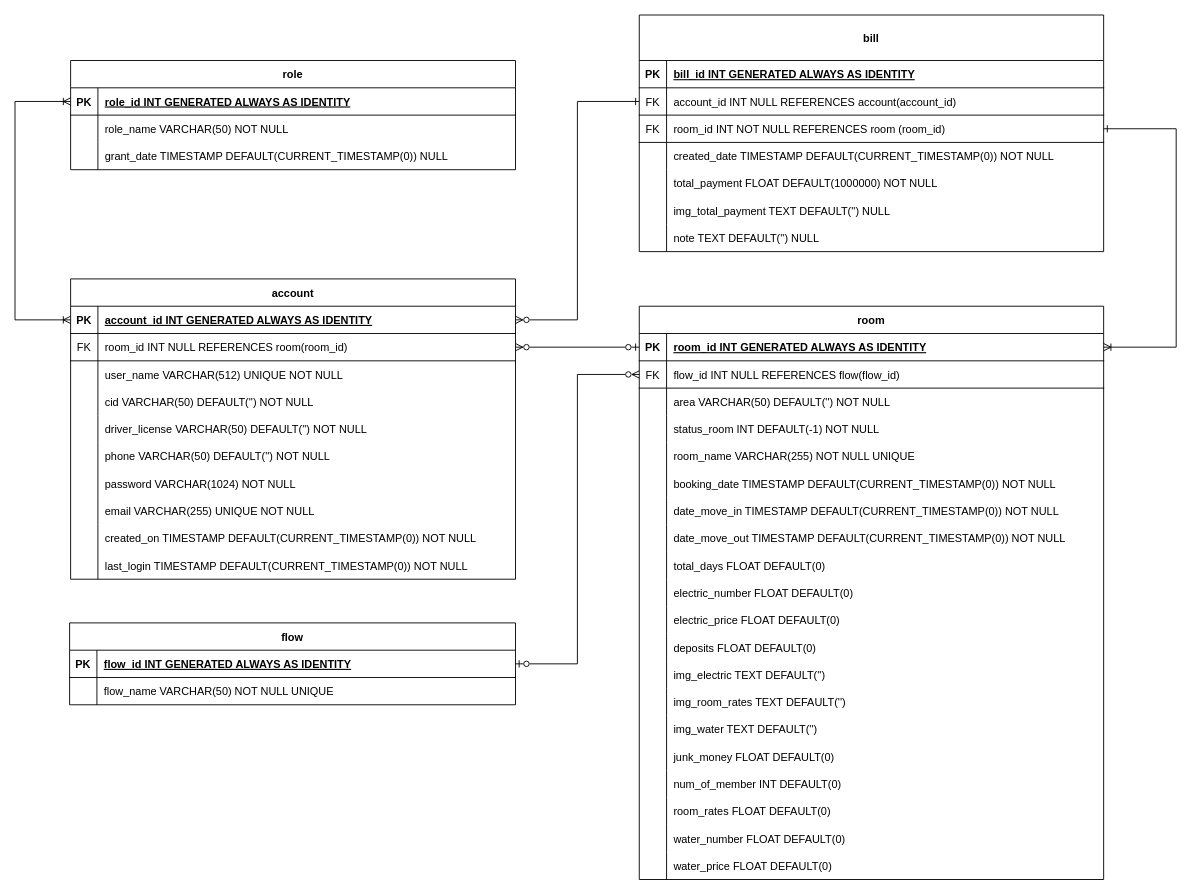
This is page "databases" (1 of 2) of architecture-overview/motel.drawio from hp210693/motel, a draw.io file, before an edit. Source tidied: cells renumbered, new cells numbered last; positions are measured from the earlier drawing's top-left corner, leaving out a move shared by most shapes. Both pictures are drawn from the tidied source at 91%, with x=0, y=0 at pixel (15, 15).
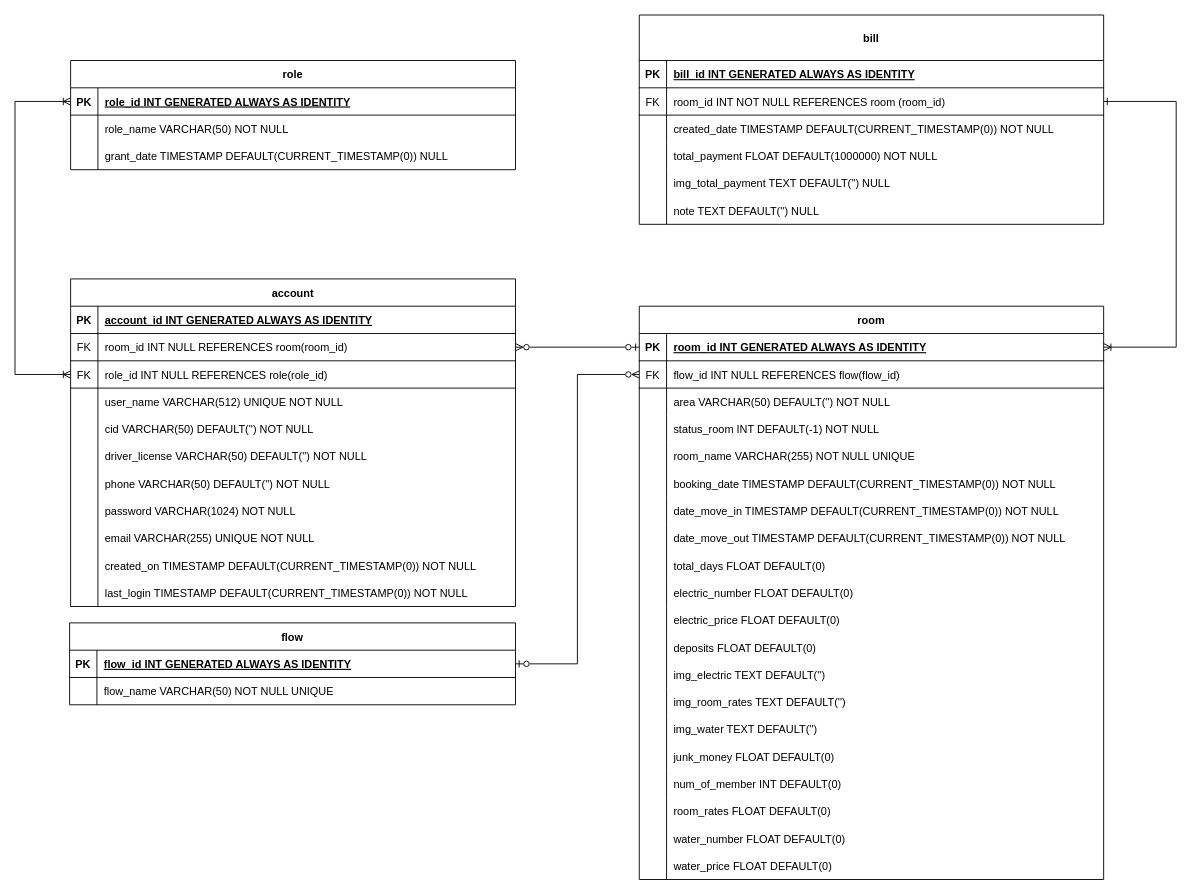
Above is the later version.

Unchanged cells that the change refers to:
```xml
<mxCell id="5" style="group;" parent="1" vertex="1">
  <mxGeometry y="50" width="550" height="480" as="geometry" />
</mxCell>
<mxCell id="7" style="shape=tableRow;horizontal=0;startSize=0;swimlaneHead=0;swimlaneBody=0;fillColor=none;points=[[0,0.5],[1,0.5]];portConstraint=eastwest;strokeColor=inherit;top=0;left=0;right=0;bottom=1;" parent="6" vertex="1">
  <mxGeometry y="30" width="488.9" height="30" as="geometry" />
</mxCell>
<mxCell id="17" style="shape=tableRow;horizontal=0;startSize=0;swimlaneHead=0;swimlaneBody=0;fillColor=none;points=[[0,0.5],[1,0.5]];portConstraint=eastwest;strokeColor=inherit;top=0;left=0;right=0;bottom=1;" parent="16" vertex="1">
  <mxGeometry y="30" width="488.9" height="30" as="geometry" />
</mxCell>
<mxCell id="57" style="group;" parent="1" vertex="1">
  <mxGeometry x="686" width="590" height="770" as="geometry" />
</mxCell>
<mxCell id="60" style="shape=tableRow;horizontal=0;startSize=0;swimlaneHead=0;swimlaneBody=0;fillColor=none;points=[[0,0.5],[1,0.5]];portConstraint=eastwest;strokeColor=inherit;top=0;left=0;right=0;bottom=1;" parent="59" vertex="1">
  <mxGeometry y="30" width="510.3" height="30" as="geometry" />
</mxCell>
```

Diff of the diagram source:
```diff
@@
-    <mxCell id="4" style="edgeStyle=orthogonalEdgeStyle;rounded=0;jettySize=auto;html=1;exitX=0;exitY=0.5;exitDx=0;exitDy=0;endArrow=ERzeroToMany;endFill=0;startArrow=ERzeroToOne;startFill=0;" parent="1" edge="1" source="60" target="20">
+    <mxCell id="4" style="edgeStyle=orthogonalEdgeStyle;rounded=0;jettySize=auto;html=1;exitX=0;exitY=0.5;exitDx=0;exitDy=0;endArrow=ERzeroToMany;endFill=0;startArrow=ERzeroToOne;startFill=0;entryX=1;entryY=0.5;entryDx=0;entryDy=0;" parent="1" edge="1" source="60" target="143">
       <mxGeometry relative="1" as="geometry" />
     </mxCell>
@@
     <mxCell id="16" value="account" style="shape=table;startSize=30;childLayout=tableLayout;rowLines=0;fontStyle=1;align=center;" parent="5" vertex="1">
-      <mxGeometry x="61.1" y="240" width="488.9" height="330" as="geometry" />
+      <mxGeometry x="61.1" y="240" width="488.9" height="360" as="geometry" />
     </mxCell>
@@
+    <mxCell id="143" style="shape=tableRow;horizontal=0;startSize=0;swimlaneHead=0;swimlaneBody=0;fillColor=none;points=[[0,0.5],[1,0.5]];portConstraint=eastwest;strokeColor=inherit;top=0;left=0;right=0;bottom=1;" parent="16" vertex="1">
+      <mxGeometry y="60" width="488.9" height="30" as="geometry" />
+    </mxCell>
+    <mxCell id="125" value="FK" style="shape=partialRectangle;overflow=hidden;fillColor=none;strokeColor=inherit;top=0;left=0;bottom=0;right=0;fontStyle=0;" parent="143" vertex="1">
+      <mxGeometry width="30" height="30" as="geometry" />
+    </mxCell>
+    <mxCell id="144" value="room_id INT NULL REFERENCES room(room_id)" style="shape=partialRectangle;overflow=hidden;fillColor=none;align=left;strokeColor=inherit;top=0;left=0;bottom=0;right=0;spacingLeft=6;fontStyle=0;" parent="143" vertex="1">
+      <mxGeometry x="30" width="458.9" height="30" as="geometry" />
+    </mxCell>
     <mxCell id="20" style="shape=tableRow;horizontal=0;startSize=0;swimlaneHead=0;swimlaneBody=0;fillColor=none;points=[[0,0.5],[1,0.5]];portConstraint=eastwest;strokeColor=inherit;top=0;left=0;right=0;bottom=1;" parent="16" vertex="1">
-      <mxGeometry y="60" width="488.9" height="30" as="geometry" />
+      <mxGeometry y="90" width="488.9" height="30" as="geometry" />
     </mxCell>
@@
-    <mxCell id="22" value="room_id INT NULL REFERENCES room(room_id)" style="shape=partialRectangle;overflow=hidden;fillColor=none;align=left;strokeColor=inherit;top=0;left=0;bottom=0;right=0;spacingLeft=6;fontStyle=0;" parent="20" vertex="1">
+    <mxCell id="22" value="role_id INT NULL REFERENCES role(role_id)" style="shape=partialRectangle;overflow=hidden;fillColor=none;align=left;strokeColor=inherit;top=0;left=0;bottom=0;right=0;spacingLeft=6;fontStyle=0;" parent="20" vertex="1">
       <mxGeometry x="30" width="458.9" height="30" as="geometry" />
     </mxCell>
     <mxCell id="23" style="shape=tableRow;horizontal=0;startSize=0;swimlaneHead=0;swimlaneBody=0;fillColor=none;strokeColor=inherit;top=0;left=0;right=0;bottom=0;" parent="16" vertex="1">
-      <mxGeometry y="90" width="488.9" height="30" as="geometry" />
+      <mxGeometry y="120" width="488.9" height="30" as="geometry" />
     </mxCell>
@@
     <mxCell id="26" style="shape=tableRow;horizontal=0;startSize=0;swimlaneHead=0;swimlaneBody=0;fillColor=none;strokeColor=inherit;top=0;left=0;right=0;bottom=0;" parent="16" vertex="1">
-      <mxGeometry y="120" width="488.9" height="30" as="geometry" />
+      <mxGeometry y="150" width="488.9" height="30" as="geometry" />
     </mxCell>
@@
     <mxCell id="29" style="shape=tableRow;horizontal=0;startSize=0;swimlaneHead=0;swimlaneBody=0;fillColor=none;strokeColor=inherit;top=0;left=0;right=0;bottom=0;" parent="16" vertex="1">
-      <mxGeometry y="150" width="488.9" height="30" as="geometry" />
+      <mxGeometry y="180" width="488.9" height="30" as="geometry" />
     </mxCell>
@@
     <mxCell id="32" style="shape=tableRow;horizontal=0;startSize=0;swimlaneHead=0;swimlaneBody=0;fillColor=none;strokeColor=inherit;top=0;left=0;right=0;bottom=0;" parent="16" vertex="1">
-      <mxGeometry y="180" width="488.9" height="30" as="geometry" />
+      <mxGeometry y="210" width="488.9" height="30" as="geometry" />
     </mxCell>
@@
     <mxCell id="35" style="shape=tableRow;horizontal=0;startSize=0;swimlaneHead=0;swimlaneBody=0;fillColor=none;strokeColor=inherit;top=0;left=0;right=0;bottom=0;" parent="16" vertex="1">
-      <mxGeometry y="210" width="488.9" height="30" as="geometry" />
+      <mxGeometry y="240" width="488.9" height="30" as="geometry" />
     </mxCell>
@@
     <mxCell id="38" style="shape=tableRow;horizontal=0;startSize=0;swimlaneHead=0;swimlaneBody=0;fillColor=none;strokeColor=inherit;top=0;left=0;right=0;bottom=0;" parent="16" vertex="1">
-      <mxGeometry y="240" width="488.9" height="30" as="geometry" />
+      <mxGeometry y="270" width="488.9" height="30" as="geometry" />
     </mxCell>
@@
     <mxCell id="41" style="shape=tableRow;horizontal=0;startSize=0;swimlaneHead=0;swimlaneBody=0;fillColor=none;strokeColor=inherit;top=0;left=0;right=0;bottom=0;" parent="16" vertex="1">
-      <mxGeometry y="270" width="488.9" height="30" as="geometry" />
+      <mxGeometry y="300" width="488.9" height="30" as="geometry" />
     </mxCell>
@@
     <mxCell id="44" style="shape=tableRow;horizontal=0;startSize=0;swimlaneHead=0;swimlaneBody=0;fillColor=none;strokeColor=inherit;top=0;left=0;right=0;bottom=0;" parent="16" vertex="1">
-      <mxGeometry y="300" width="488.9" height="30" as="geometry" />
+      <mxGeometry y="330" width="488.9" height="30" as="geometry" />
     </mxCell>
@@
-    <mxCell id="47" style="edgeStyle=orthogonalEdgeStyle;rounded=0;jettySize=auto;html=1;exitX=0;exitY=0.5;exitDx=0;exitDy=0;entryX=0;entryY=0.5;entryDx=0;entryDy=0;startArrow=ERoneToMany;startFill=0;endArrow=ERoneToMany;endFill=0;" parent="5" edge="1" source="7" target="17">
+    <mxCell id="47" style="edgeStyle=orthogonalEdgeStyle;rounded=0;jettySize=auto;html=1;exitX=0;exitY=0.5;exitDx=0;exitDy=0;entryX=0;entryY=0.5;entryDx=0;entryDy=0;startArrow=ERoneToMany;startFill=0;endArrow=ERoneToMany;endFill=0;" parent="5" edge="1" source="7" target="20">
       <mxGeometry relative="1" as="geometry">
         <Array as="points">
           <mxPoint y="45" />
-          <mxPoint y="285" />
+          <mxPoint y="345" />
         </Array>
       </mxGeometry>
     </mxCell>
-    <mxCell id="48" style="edgeStyle=orthogonalEdgeStyle;rounded=0;jettySize=auto;html=1;exitX=1;exitY=0.5;exitDx=0;exitDy=0;entryX=0;entryY=0.5;entryDx=0;entryDy=0;startArrow=ERzeroToMany;startFill=0;endArrow=ERone;endFill=0;" parent="1" edge="1" source="17" target="124">
-      <mxGeometry relative="1" as="geometry" />
-    </mxCell>
@@
     <mxCell id="120" value="bill" style="shape=table;startSize=50;childLayout=tableLayout;rowLines=0;fontStyle=1;align=center;" parent="57" vertex="1">
-      <mxGeometry width="510.3" height="260" as="geometry" />
+      <mxGeometry width="510.3" height="230" as="geometry" />
     </mxCell>
@@
-    <mxCell id="124" style="shape=tableRow;horizontal=0;startSize=0;swimlaneHead=0;swimlaneBody=0;fillColor=none;points=[[0,0.5],[1,0.5]];portConstraint=eastwest;strokeColor=inherit;top=0;left=0;right=0;bottom=1;" parent="120" vertex="1">
-      <mxGeometry y="80" width="510.3" height="30" as="geometry" />
-    </mxCell>
-    <mxCell id="125" value="FK" style="shape=partialRectangle;overflow=hidden;fillColor=none;strokeColor=inherit;top=0;left=0;bottom=0;right=0;fontStyle=0;" parent="124" vertex="1">
-      <mxGeometry width="30" height="30" as="geometry" />
-    </mxCell>
-    <mxCell id="126" value="account_id INT NULL REFERENCES account(account_id)" style="shape=partialRectangle;overflow=hidden;fillColor=none;align=left;strokeColor=inherit;top=0;left=0;bottom=0;right=0;spacingLeft=6;fontStyle=0;" parent="124" vertex="1">
-      <mxGeometry x="30" width="480.3" height="30" as="geometry" />
-    </mxCell>
     <mxCell id="127" style="shape=tableRow;horizontal=0;startSize=0;swimlaneHead=0;swimlaneBody=0;fillColor=none;points=[[0,0.5],[1,0.5]];portConstraint=eastwest;strokeColor=inherit;top=0;left=0;right=0;bottom=1;" parent="120" vertex="1">
-      <mxGeometry y="110" width="510.3" height="30" as="geometry" />
+      <mxGeometry y="80" width="510.3" height="30" as="geometry" />
     </mxCell>
@@
     <mxCell id="130" style="shape=tableRow;horizontal=0;startSize=0;swimlaneHead=0;swimlaneBody=0;fillColor=none;strokeColor=inherit;top=0;left=0;right=0;bottom=0;" parent="120" vertex="1">
-      <mxGeometry y="140" width="510.3" height="30" as="geometry" />
+      <mxGeometry y="110" width="510.3" height="30" as="geometry" />
     </mxCell>
@@
     <mxCell id="133" style="shape=tableRow;horizontal=0;startSize=0;swimlaneHead=0;swimlaneBody=0;fillColor=none;strokeColor=inherit;top=0;left=0;right=0;bottom=0;" parent="120" vertex="1">
-      <mxGeometry y="170" width="510.3" height="30" as="geometry" />
+      <mxGeometry y="140" width="510.3" height="30" as="geometry" />
     </mxCell>
@@
     <mxCell id="136" style="shape=tableRow;horizontal=0;startSize=0;swimlaneHead=0;swimlaneBody=0;fillColor=none;strokeColor=inherit;top=0;left=0;right=0;bottom=0;" parent="120" vertex="1">
-      <mxGeometry y="200" width="510.3" height="30" as="geometry" />
+      <mxGeometry y="170" width="510.3" height="30" as="geometry" />
     </mxCell>
@@
     <mxCell id="139" style="shape=tableRow;horizontal=0;startSize=0;swimlaneHead=0;swimlaneBody=0;fillColor=none;strokeColor=inherit;top=0;left=0;right=0;bottom=0;" parent="120" vertex="1">
-      <mxGeometry y="230" width="510.3" height="30" as="geometry" />
+      <mxGeometry y="200" width="510.3" height="30" as="geometry" />
     </mxCell>
@@
     <mxCell id="142" style="edgeStyle=orthogonalEdgeStyle;rounded=0;jettySize=auto;html=1;exitX=1;exitY=0.5;exitDx=0;exitDy=0;entryX=1;entryY=0.5;entryDx=0;entryDy=0;startArrow=ERone;startFill=0;endArrow=ERoneToMany;endFill=0;" parent="57" edge="1" source="127" target="60">
       <mxGeometry relative="1" as="geometry">
         <Array as="points">
-          <mxPoint x="590" y="125" />
+          <mxPoint x="590" y="95" />
           <mxPoint x="590" y="365" />
         </Array>
       </mxGeometry>
     </mxCell>
```
